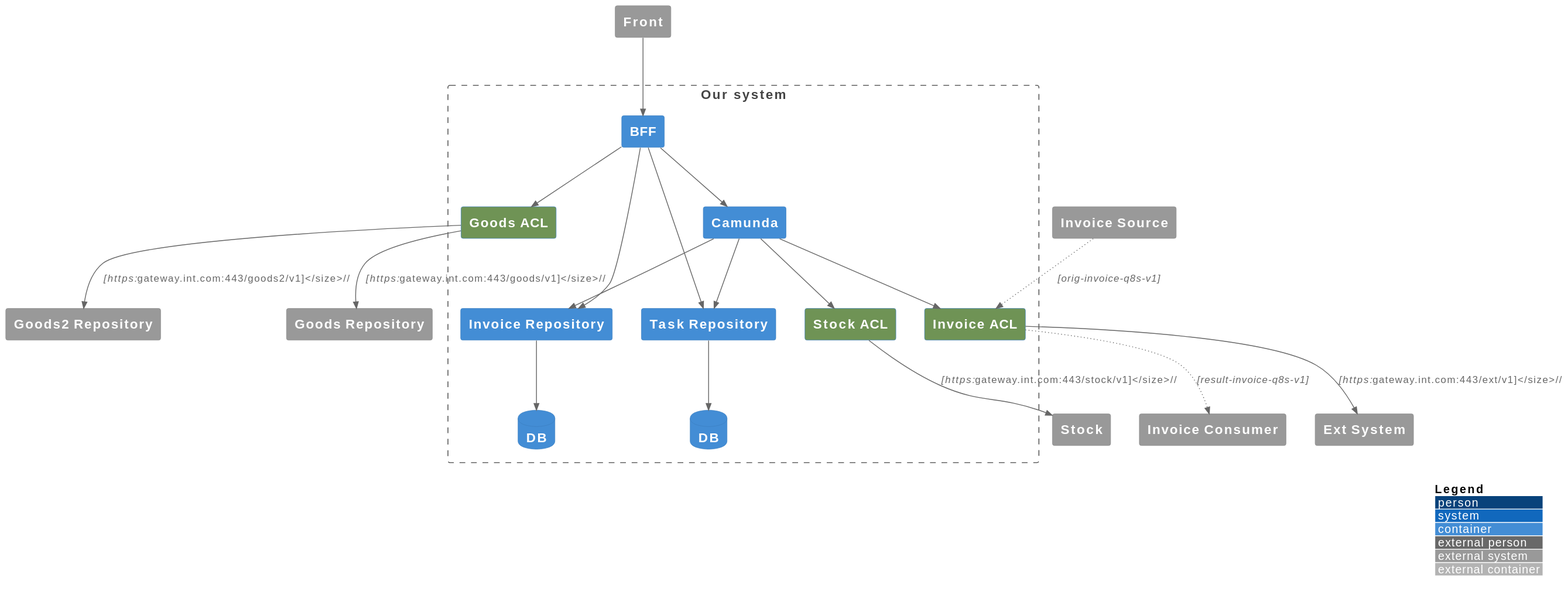
Byndyusoft/aact keeps this PlantUML diagram as architecture/Demo Tests.svg. Above is the earlier version.
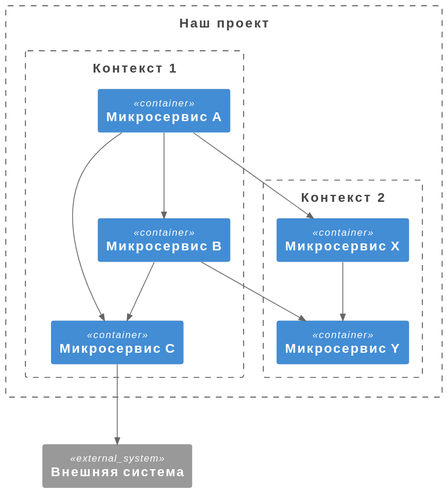
After the commit.

What changed in the source:
```diff
@@ -1,51 +1,30 @@
 @startuml
 !include https://raw.githubusercontent.com/plantuml-stdlib/C4-PlantUML/master/C4_Container.puml
 
-LAYOUT_WITH_LEGEND()
+System_Ext(ext, "Внешняя система")
 
-AddRelTag("async",  $lineStyle = DottedLine())
-AddElementTag("acl",  $bgColor = "#6F9355")
+Boundary(boundary0, "Наш проект"){
 
-System_Ext(stock, "Stock")
-System_Ext(ext_system, "Ext System")
-System_Ext(invoice_source, "Invoice Source")
-System_Ext(invoice_dest, "Invoice Consumer")
-System_Ext(goods_repository, "Goods Repository")
-System_Ext(goods2_repository, "Goods2 Repository")
-System_Ext(front, "Front")
+        Boundary(boundary1, "Контекст 1"){
+                Container(service1, "Микросервис A")
+                Container(service2, "Микросервис B")
+                Container(service3, "Микросервис C")
+        }
 
-Boundary(our_system, "Our system"){
-        Container(bff, "BFF")
-        Container(goods_acl, "Goods ACL", "", "", $tags="acl")
-        Container(camunda, "Camunda")
-        Container(task_repository, "Task Repository")
-        Container(invoice_repository, "Invoice Repository")
-        Container(invoice_acl, "Invoice ACL", "", "", $tags="acl")
-        Container(stock_acl, "Stock ACL", "", "", $tags="acl")
-
-        ContainerDb(task_repository_db,"DB")
-        ContainerDb(invoice_repository_db,"DB")
+        Boundary(boundary2, "Контекст 2"){
+                Container(service4, "Микросервис X")
+                Container(service5, "Микросервис Y")
+        }
 }
 
-Rel(front, bff, "")
-Rel(bff, camunda, "")
-Rel(camunda, stock_acl, "")
-Rel(stock_acl, stock, "", "https://gateway.int.com:443/stock/v1")
+Rel(service1, service2, "")
+Rel(service1, service3, "")
+Rel(service2, service3, "")
 
-Rel(bff, goods_acl, "")
-Rel(goods_acl, goods_repository, "", "https://gateway.int.com:443/goods/v1")
-Rel(goods_acl, goods2_repository, "", "https://gateway.int.com:443/goods2/v1")
+Rel(service1, service4, "")
+Rel(service2, service5, "")
 
-Rel(bff, task_repository, "")
-Rel(task_repository, task_repository_db, "")
+Rel(service4, service5, "")
 
-Rel(bff, invoice_repository, "")
-Rel(invoice_repository, invoice_repository_db, "")
-
-Rel(camunda, task_repository, "")
-Rel(camunda, invoice_repository, "")
-Rel(camunda, invoice_acl, "")
-Rel(invoice_source, invoice_acl, "", "orig-invoice-q8s-v1", $tags="async")
-Rel(invoice_acl, invoice_dest, "", "result-invoice-q8s-v1", $tags="async")
-Rel(invoice_acl, ext_system, "", "https://gateway.int.com:443/ext/v1")
+Rel(service3, ext, "")
 @enduml
```
